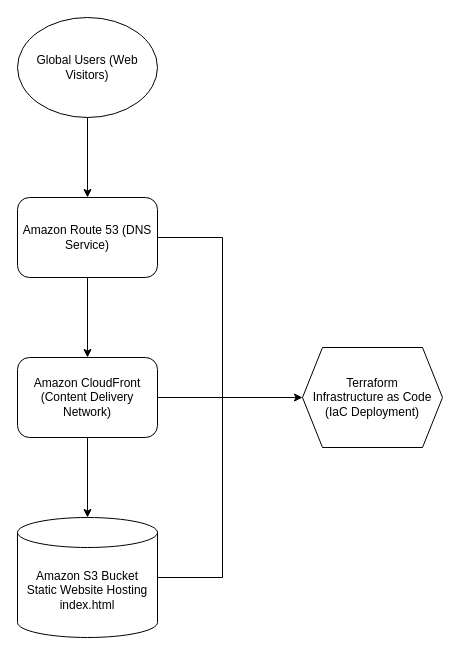
Earlier version of the draw.io diagram cloud_programming_diagram 1.drawio (Matasem-h/SimpleFlowcharts). Source tidied: cells renumbered, new cells numbered last; positions are measured from the earlier drawing's top-left corner, leaving out a move shared by most shapes. Both pictures are drawn from the tidied source at 100%, with x=0, y=0 at pixel (17, 17).
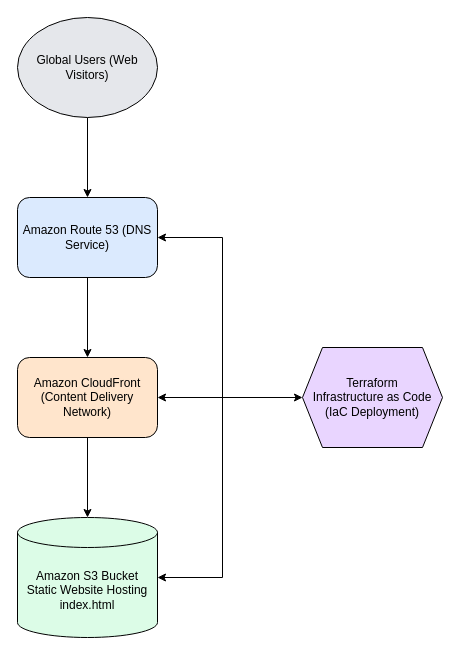
After the change.

Diff of the diagram source:
```diff
@@
 <mxGraphModel>
   <root>
     <mxCell id="0" />
     <mxCell id="1" parent="0" />
     <mxCell id="2" style="edgeStyle=orthogonalEdgeStyle;rounded=0;jettySize=auto;html=1;" parent="1" edge="1" source="3" target="5">
       <mxGeometry relative="1" as="geometry" />
     </mxCell>
-    <mxCell id="3" value="&lt;div&gt;Global&amp;nbsp;Users (Web Visitors)&lt;/div&gt;" style="ellipse;whiteSpace=wrap;html=1;strokeWidth=1;" parent="1" vertex="1">
+    <mxCell id="3" value="&lt;div&gt;Global&amp;nbsp;Users (Web Visitors)&lt;/div&gt;" style="ellipse;whiteSpace=wrap;html=1;strokeWidth=1;fillColor=#E5E7EB;" parent="1" vertex="1">
       <mxGeometry width="140" height="100" as="geometry" />
     </mxCell>
     <mxCell id="4" style="edgeStyle=orthogonalEdgeStyle;rounded=0;jettySize=auto;html=1;" parent="1" edge="1" source="5" target="7">
       <mxGeometry relative="1" as="geometry" />
     </mxCell>
-    <mxCell id="5" value="Amazon Route 53 (DNS Service)" style="rounded=1;whiteSpace=wrap;html=1;" parent="1" vertex="1">
+    <mxCell id="5" value="Amazon Route 53 (DNS Service)" style="rounded=1;whiteSpace=wrap;html=1;fillColor=#DBEAFE;" parent="1" vertex="1">
       <mxGeometry y="180" width="140" height="80" as="geometry" />
     </mxCell>
     <mxCell id="6" style="edgeStyle=orthogonalEdgeStyle;rounded=0;jettySize=auto;html=1;" parent="1" edge="1" source="7" target="8">
       <mxGeometry relative="1" as="geometry" />
     </mxCell>
-    <mxCell id="7" value="Amazon CloudFront (Content Delivery Network)" style="rounded=1;whiteSpace=wrap;html=1;" parent="1" vertex="1">
+    <mxCell id="7" value="Amazon CloudFront (Content Delivery Network)" style="rounded=1;whiteSpace=wrap;html=1;fillColor=#FFE5CC;" parent="1" vertex="1">
       <mxGeometry y="340" width="140" height="80" as="geometry" />
     </mxCell>
-    <mxCell id="8" value="&lt;div&gt;Amazon S3 Bucket&lt;/div&gt;&lt;div&gt;Static Website Hosting&lt;/div&gt;&lt;div&gt;index.html&lt;/div&gt;" style="shape=cylinder3;whiteSpace=wrap;html=1;boundedLbl=1;backgroundOutline=1;size=15;" parent="1" vertex="1">
+    <mxCell id="8" value="&lt;div&gt;Amazon S3 Bucket&lt;/div&gt;&lt;div&gt;Static Website Hosting&lt;/div&gt;&lt;div&gt;index.html&lt;/div&gt;" style="shape=cylinder3;whiteSpace=wrap;html=1;boundedLbl=1;backgroundOutline=1;size=15;fillColor=#DCFCE7;" parent="1" vertex="1">
       <mxGeometry y="500" width="140" height="120" as="geometry" />
     </mxCell>
-    <mxCell id="9" value="&lt;div&gt;Terraform&lt;/div&gt;&lt;div&gt;Infrastructure as Code (IaC Deployment)&lt;/div&gt;" style="shape=hexagon;perimeter=hexagonPerimeter2;whiteSpace=wrap;html=1;fixedSize=1;" parent="1" vertex="1">
+    <mxCell id="9" value="&lt;div&gt;Terraform&lt;/div&gt;&lt;div&gt;Infrastructure as Code (IaC Deployment)&lt;/div&gt;" style="shape=hexagon;perimeter=hexagonPerimeter2;whiteSpace=wrap;html=1;fixedSize=1;fillColor=#E9D5FF;" parent="1" vertex="1">
       <mxGeometry x="285" y="330" width="140" height="100" as="geometry" />
     </mxCell>
-    <mxCell id="10" style="endArrow=none;html=1;rounded=0;exitX=1;exitY=0.5;exitDx=0;exitDy=0;exitPerimeter=0;" parent="1" edge="1" source="8">
-      <mxGeometry relative="1" as="geometry">
-        <mxPoint x="205" y="560" as="targetPoint" />
-      </mxGeometry>
-    </mxCell>
-    <mxCell id="11" style="endArrow=none;html=1;rounded=0;exitX=1;exitY=0.5;exitDx=0;exitDy=0;" parent="1" edge="1" source="7">
-      <mxGeometry relative="1" as="geometry">
-        <mxPoint x="205" y="380" as="targetPoint" />
-      </mxGeometry>
-    </mxCell>
-    <mxCell id="12" style="endArrow=none;html=1;rounded=0;exitX=1;exitY=0.5;exitDx=0;exitDy=0;" parent="1" edge="1" source="5">
-      <mxGeometry relative="1" as="geometry">
-        <mxPoint x="205" y="220" as="targetPoint" />
-      </mxGeometry>
-    </mxCell>
     <mxCell id="13" style="endArrow=none;html=1;rounded=0;" parent="1" edge="1">
       <mxGeometry relative="1" as="geometry">
         <mxPoint x="205" y="560" as="sourcePoint" />
         <mxPoint x="205" y="220" as="targetPoint" />
       </mxGeometry>
     </mxCell>
     <mxCell id="14" style="endArrow=classic;html=1;rounded=0;entryX=0;entryY=0.5;entryDx=0;entryDy=0;" parent="1" edge="1" target="9">
       <mxGeometry relative="1" as="geometry">
         <mxPoint x="205" y="380" as="sourcePoint" />
       </mxGeometry>
     </mxCell>
+    <mxCell id="15" style="endArrow=classic;html=1;rounded=0;entryX=1;entryY=0.5;entryDx=0;entryDy=0;" parent="1" edge="1" target="5">
+      <mxGeometry relative="1" as="geometry">
+        <mxPoint x="205" y="220" as="sourcePoint" />
+      </mxGeometry>
+    </mxCell>
+    <mxCell id="16" style="endArrow=classic;html=1;rounded=0;entryX=1;entryY=0.5;entryDx=0;entryDy=0;" parent="1" edge="1" target="7">
+      <mxGeometry relative="1" as="geometry">
+        <mxPoint x="205" y="380" as="sourcePoint" />
+      </mxGeometry>
+    </mxCell>
+    <mxCell id="17" style="endArrow=classic;html=1;rounded=0;entryX=1;entryY=0.5;entryDx=0;entryDy=0;entryPerimeter=0;" parent="1" edge="1" target="8">
+      <mxGeometry relative="1" as="geometry">
+        <mxPoint x="205" y="560" as="sourcePoint" />
+      </mxGeometry>
+    </mxCell>
   </root>
 </mxGraphModel>
```
